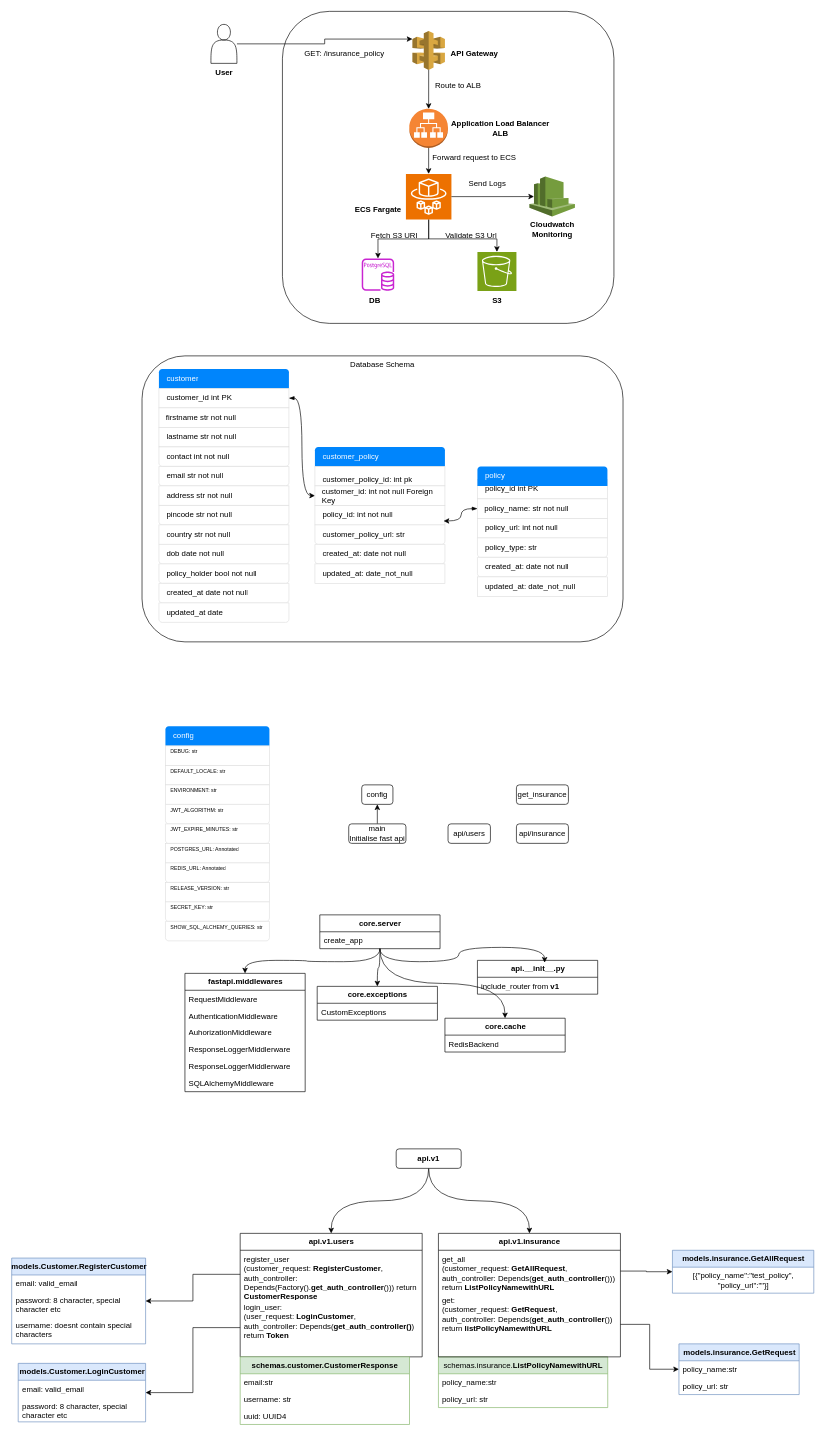
Above: insurance-api.drawio in ashutoshkesarwani999/insurance-api (draw.io), before the change. Source tidied: cells renumbered, new cells numbered last; positions are measured from the earlier drawing's top-left corner, leaving out a move shared by most shapes. Both pictures are drawn from the tidied source at 65%, with x=0, y=0 at pixel (12, 11).
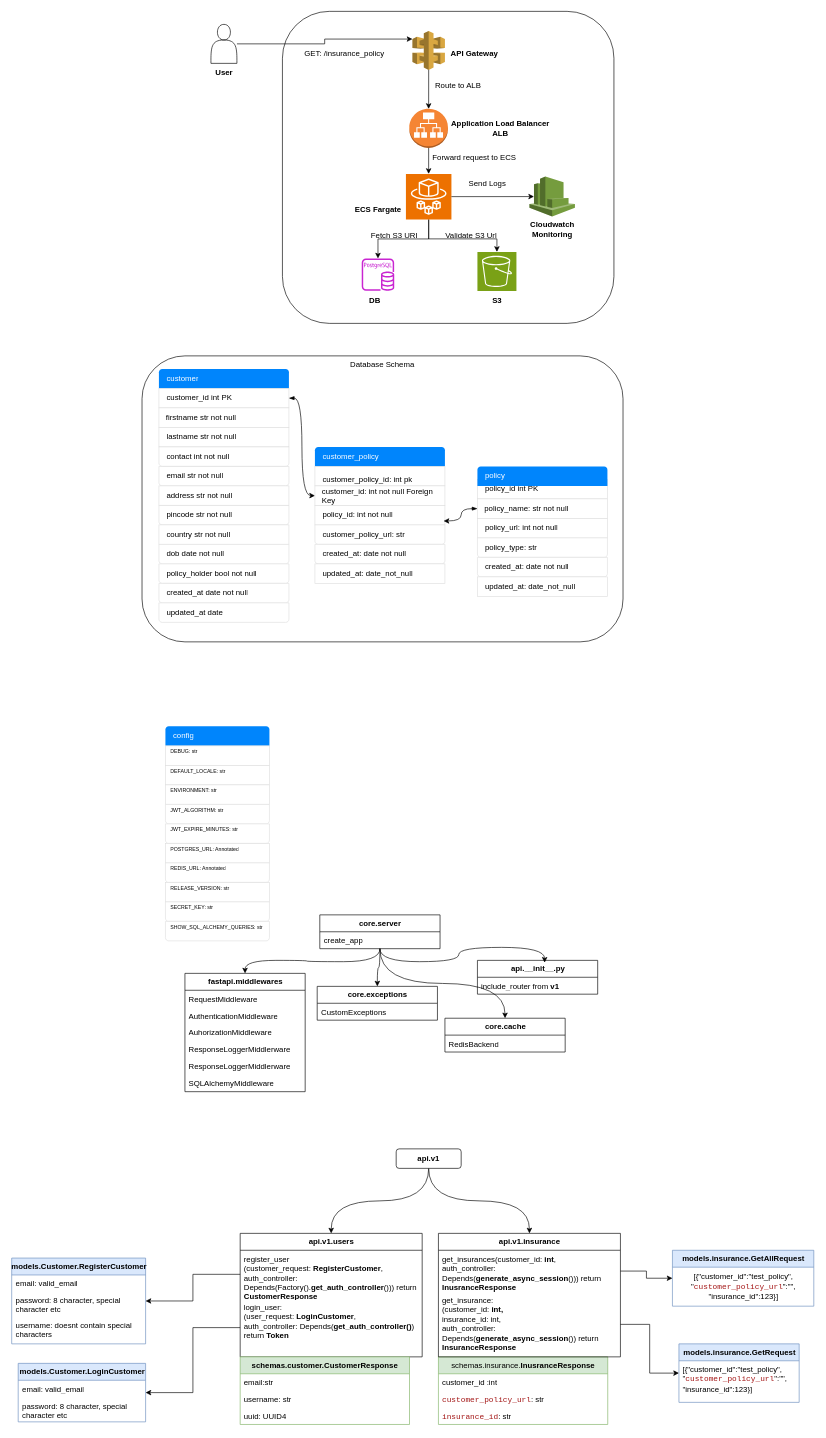
After the change.

The change refers to these unchanged cells:
```xml
<mxCell id="118" value="&lt;span style=&quot;text-wrap: wrap;&quot;&gt;api.v1.insurance&lt;/span&gt;" style="swimlane;fontStyle=1;horizontal=1;startSize=26;fillColor=none;html=1;" parent="1" vertex="1">
  <mxGeometry x="656" y="1880" width="280" height="190" as="geometry" />
</mxCell>
```

Change to the diagram source:
```diff
@@
-    <mxCell id="74" style="edgeStyle=orthogonalEdgeStyle;rounded=0;jettySize=auto;html=1;exitX=0.5;exitY=0;exitDx=0;exitDy=0;entryX=0.5;entryY=1;entryDx=0;entryDy=0;" parent="1" edge="1" source="75" target="76">
-      <mxGeometry relative="1" as="geometry" />
-    </mxCell>
-    <mxCell id="75" value="main&lt;br&gt;Initialise fast api" style="rounded=1;whiteSpace=wrap;html=1;" parent="1" vertex="1">
-      <mxGeometry x="518" y="1250" width="88" height="30" as="geometry" />
-    </mxCell>
-    <mxCell id="76" value="config" style="rounded=1;whiteSpace=wrap;html=1;" parent="1" vertex="1">
-      <mxGeometry x="538" y="1190" width="48" height="30" as="geometry" />
-    </mxCell>
-    <mxCell id="77" value="api/users" style="rounded=1;whiteSpace=wrap;html=1;" parent="1" vertex="1">
-      <mxGeometry x="670.8" y="1250" width="65.2" height="30" as="geometry" />
-    </mxCell>
-    <mxCell id="78" value="api/insurance" style="rounded=1;whiteSpace=wrap;html=1;" parent="1" vertex="1">
-      <mxGeometry x="776" y="1250" width="80" height="30" as="geometry" />
-    </mxCell>
-    <mxCell id="79" value="get_insurance" style="rounded=1;whiteSpace=wrap;html=1;" parent="1" vertex="1">
-      <mxGeometry x="776" y="1190" width="80" height="30" as="geometry" />
-    </mxCell>
@@
-    <mxCell id="99" value="schemas.insurance.&lt;span style=&quot;text-wrap: wrap;&quot;&gt;&lt;b&gt;ListPolicyNamewithURL&lt;/b&gt;&lt;/span&gt;" style="swimlane;fontStyle=0;horizontal=1;startSize=26;fillColor=#d5e8d4;html=1;strokeColor=#82b366;" parent="1" vertex="1">
-      <mxGeometry x="656" y="2070" width="260.5" height="78" as="geometry" />
+    <mxCell id="99" value="schemas.insurance.&lt;span style=&quot;text-wrap: wrap;&quot;&gt;&lt;b&gt;InusranceResponse&lt;/b&gt;&lt;/span&gt;" style="swimlane;fontStyle=0;horizontal=1;startSize=26;fillColor=#d5e8d4;html=1;strokeColor=#82b366;" parent="1" vertex="1">
+      <mxGeometry x="656" y="2070" width="260.5" height="104" as="geometry" />
     </mxCell>
-    <mxCell id="100" value="policy_name:str" style="text;strokeColor=none;fillColor=none;align=left;verticalAlign=top;spacingLeft=4;spacingRight=4;overflow=hidden;whiteSpace=wrap;html=1;" parent="99" vertex="1">
+    <mxCell id="100" value="customer_id :int" style="text;strokeColor=none;fillColor=none;align=left;verticalAlign=top;spacingLeft=4;spacingRight=4;overflow=hidden;whiteSpace=wrap;html=1;" parent="99" vertex="1">
       <mxGeometry y="26" width="260.5" height="26" as="geometry" />
     </mxCell>
-    <mxCell id="101" value="policy_url: str" style="text;strokeColor=none;fillColor=none;align=left;verticalAlign=top;spacingLeft=4;spacingRight=4;overflow=hidden;whiteSpace=wrap;html=1;" parent="99" vertex="1">
+    <mxCell id="101" value="&lt;span style=&quot;color: rgb(163, 21, 21); background-color: rgb(255, 255, 255); font-family: IBMPlexMono, monospace, &amp;quot;Droid Sans Fallback&amp;quot;, &amp;quot;Droid Sans Mono&amp;quot;, &amp;quot;monospace&amp;quot;, monospace; white-space: pre;&quot;&gt;customer_policy_url&lt;/span&gt;: str" style="text;strokeColor=none;fillColor=none;align=left;verticalAlign=top;spacingLeft=4;spacingRight=4;overflow=hidden;whiteSpace=wrap;html=1;" parent="99" vertex="1">
       <mxGeometry y="52" width="260.5" height="26" as="geometry" />
     </mxCell>
+    <mxCell id="131" value="&lt;span style=&quot;color: rgb(163, 21, 21); background-color: rgb(255, 255, 255); font-family: IBMPlexMono, monospace, &amp;quot;Droid Sans Fallback&amp;quot;, &amp;quot;Droid Sans Mono&amp;quot;, &amp;quot;monospace&amp;quot;, monospace; white-space: pre;&quot;&gt;insurance_id&lt;/span&gt;: str" style="text;strokeColor=none;fillColor=none;align=left;verticalAlign=top;spacingLeft=4;spacingRight=4;overflow=hidden;whiteSpace=wrap;html=1;" parent="99" vertex="1">
+      <mxGeometry y="78" width="260.5" height="26" as="geometry" />
+    </mxCell>
@@
     <mxCell id="112" value="models.insurance.GetRequest" style="swimlane;fontStyle=1;horizontal=1;startSize=26;fillColor=#dae8fc;html=1;strokeColor=#6c8ebf;" parent="1" vertex="1">
-      <mxGeometry x="1026" y="2050" width="185" height="78" as="geometry" />
+      <mxGeometry x="1026" y="2050" width="185" height="90" as="geometry" />
     </mxCell>
-    <mxCell id="113" value="policy_name:str" style="text;strokeColor=none;fillColor=none;align=left;verticalAlign=top;spacingLeft=4;spacingRight=4;overflow=hidden;whiteSpace=wrap;html=1;" parent="112" vertex="1">
-      <mxGeometry y="26" width="185" height="26" as="geometry" />
+    <mxCell id="113" value="&lt;span style=&quot;text-align: center; text-wrap-style: initial;&quot;&gt;[{&quot;&lt;span style=&quot;text-align: left;&quot;&gt;customer_id&lt;/span&gt;&quot;:&quot;test_policy&quot;,&lt;/span&gt;&lt;br style=&quot;text-align: center; text-wrap-style: initial;&quot;&gt;&lt;span style=&quot;text-align: center; text-wrap-style: initial;&quot;&gt;&quot;&lt;span style=&quot;color: rgb(163, 21, 21); font-family: IBMPlexMono, monospace, &amp;quot;Droid Sans Fallback&amp;quot;, &amp;quot;Droid Sans Mono&amp;quot;, &amp;quot;monospace&amp;quot;, monospace; text-align: left; white-space: pre; background-color: rgb(255, 255, 255);&quot;&gt;customer_policy_url&lt;/span&gt;&quot;:&quot;&quot;,&lt;br&gt;&quot;insurance_id&quot;:123}]&lt;/span&gt;" style="text;strokeColor=none;fillColor=none;align=left;verticalAlign=top;spacingLeft=4;spacingRight=4;overflow=hidden;whiteSpace=wrap;html=1;" parent="112" vertex="1">
+      <mxGeometry y="26" width="185" height="64" as="geometry" />
     </mxCell>
-    <mxCell id="114" value="policy_url: str" style="text;strokeColor=none;fillColor=none;align=left;verticalAlign=top;spacingLeft=4;spacingRight=4;overflow=hidden;whiteSpace=wrap;html=1;" parent="112" vertex="1">
-      <mxGeometry y="52" width="185" height="26" as="geometry" />
-    </mxCell>
@@
-    <mxCell id="119" value="&lt;span style=&quot;text-align: center;&quot;&gt;get_all&lt;br&gt;(customer_request: &lt;b&gt;GetAllRequest&lt;/b&gt;,&lt;br&gt;auth_controller: Depends(&lt;/span&gt;&lt;span style=&quot;text-align: center;&quot;&gt;&lt;b&gt;get_auth_controller&lt;/b&gt;()&lt;/span&gt;&lt;span style=&quot;text-align: center;&quot;&gt;)) return &lt;b&gt;ListPolicyNamewithURL&lt;/b&gt;&lt;/span&gt;" style="text;strokeColor=none;fillColor=none;align=left;verticalAlign=top;spacingLeft=4;spacingRight=4;overflow=hidden;points=[[0,0.5],[1,0.5]];portConstraint=eastwest;whiteSpace=wrap;html=1;" parent="118" vertex="1">
+    <mxCell id="119" value="&lt;span style=&quot;text-align: center;&quot;&gt;get_insurances(customer_id: &lt;b&gt;int&lt;/b&gt;,&lt;br&gt;auth_controller: Depends(&lt;/span&gt;&lt;span style=&quot;text-align: center;&quot;&gt;&lt;b&gt;generate_async_session&lt;/b&gt;()&lt;/span&gt;&lt;span style=&quot;text-align: center;&quot;&gt;)) return &lt;b&gt;InusranceResponse&lt;/b&gt;&lt;/span&gt;" style="text;strokeColor=none;fillColor=none;align=left;verticalAlign=top;spacingLeft=4;spacingRight=4;overflow=hidden;points=[[0,0.5],[1,0.5]];portConstraint=eastwest;whiteSpace=wrap;html=1;" parent="118" vertex="1">
       <mxGeometry y="26" width="280" height="64" as="geometry" />
     </mxCell>
-    <mxCell id="120" value="&lt;span style=&quot;text-align: center;&quot;&gt;get:&amp;nbsp;&lt;br&gt;&lt;/span&gt;&lt;span style=&quot;text-align: center;&quot;&gt;(customer_request: &lt;b&gt;GetRequest&lt;/b&gt;,&lt;/span&gt;&lt;br style=&quot;text-align: center;&quot;&gt;&lt;span style=&quot;text-align: center;&quot;&gt;auth_controller: Depends(&lt;/span&gt;&lt;span style=&quot;text-align: center;&quot;&gt;&lt;b&gt;get_auth_controller&lt;/b&gt;()&lt;/span&gt;&lt;span style=&quot;text-align: center;&quot;&gt;) return &lt;b&gt;listPolicyNamewithURL&lt;/b&gt;&lt;/span&gt;&lt;span style=&quot;text-align: center;&quot;&gt;&lt;br&gt;&lt;/span&gt;" style="text;strokeColor=none;fillColor=none;align=left;verticalAlign=top;spacingLeft=4;spacingRight=4;overflow=hidden;points=[[0,0.5],[1,0.5]];portConstraint=eastwest;whiteSpace=wrap;html=1;" parent="118" vertex="1">
+    <mxCell id="120" value="&lt;span style=&quot;text-align: center;&quot;&gt;get_insurance:&amp;nbsp;&lt;br&gt;&lt;/span&gt;&lt;span style=&quot;text-align: center;&quot;&gt;(customer_id: &lt;b&gt;int,&lt;br&gt;&lt;/b&gt;&lt;/span&gt;insurance_id: int,&lt;br style=&quot;text-align: center;&quot;&gt;&lt;span style=&quot;text-align: center;&quot;&gt;auth_controller: Depends(&lt;/span&gt;&lt;span style=&quot;text-align: center;&quot;&gt;&lt;b&gt;generate_async_session&lt;/b&gt;()&lt;/span&gt;&lt;span style=&quot;text-align: center;&quot;&gt;) return &lt;b&gt;InsuranceResponse&lt;/b&gt;&lt;/span&gt;&lt;span style=&quot;text-align: center;&quot;&gt;&lt;br&gt;&lt;/span&gt;" style="text;strokeColor=none;fillColor=none;align=left;verticalAlign=top;spacingLeft=4;spacingRight=4;overflow=hidden;points=[[0,0.5],[1,0.5]];portConstraint=eastwest;whiteSpace=wrap;html=1;" parent="118" vertex="1">
       <mxGeometry y="90" width="280" height="100" as="geometry" />
     </mxCell>
     <mxCell id="121" value="models.insurance.GetAllRequest" style="swimlane;fontStyle=1;horizontal=1;startSize=26;fillColor=#dae8fc;html=1;strokeColor=#6c8ebf;" parent="1" vertex="1">
-      <mxGeometry x="1016" y="1906" width="217.5" height="66" as="geometry" />
+      <mxGeometry x="1016" y="1906" width="217.5" height="86" as="geometry" />
     </mxCell>
-    <mxCell id="122" value="&lt;span style=&quot;text-wrap: wrap;&quot;&gt;[{&quot;policy_name&quot;:&quot;test_policy&quot;,&lt;/span&gt;&lt;br style=&quot;text-wrap: wrap;&quot;&gt;&lt;span style=&quot;text-wrap: wrap;&quot;&gt;&quot;policy_url&quot;:&quot;&quot;}]&lt;/span&gt;" style="text;html=1;align=center;verticalAlign=middle;strokeColor=none;fillColor=none;" parent="121" vertex="1">
-      <mxGeometry y="26" width="217.5" height="40" as="geometry" />
+    <mxCell id="122" value="&lt;span style=&quot;text-wrap: wrap;&quot;&gt;[{&quot;&lt;span style=&quot;text-align: left;&quot;&gt;customer_id&lt;/span&gt;&quot;:&quot;test_policy&quot;,&lt;/span&gt;&lt;br style=&quot;text-wrap: wrap;&quot;&gt;&lt;span style=&quot;text-wrap: wrap;&quot;&gt;&quot;&lt;span style=&quot;color: rgb(163, 21, 21); font-family: IBMPlexMono, monospace, &amp;quot;Droid Sans Fallback&amp;quot;, &amp;quot;Droid Sans Mono&amp;quot;, &amp;quot;monospace&amp;quot;, monospace; text-align: left; white-space: pre; background-color: rgb(255, 255, 255);&quot;&gt;customer_policy_url&lt;/span&gt;&quot;:&quot;&quot;,&lt;br&gt;&quot;insurance_id&quot;:123}]&lt;/span&gt;" style="text;html=1;align=center;verticalAlign=middle;strokeColor=none;fillColor=none;" parent="121" vertex="1">
+      <mxGeometry y="26" width="217.5" height="60" as="geometry" />
     </mxCell>
```
